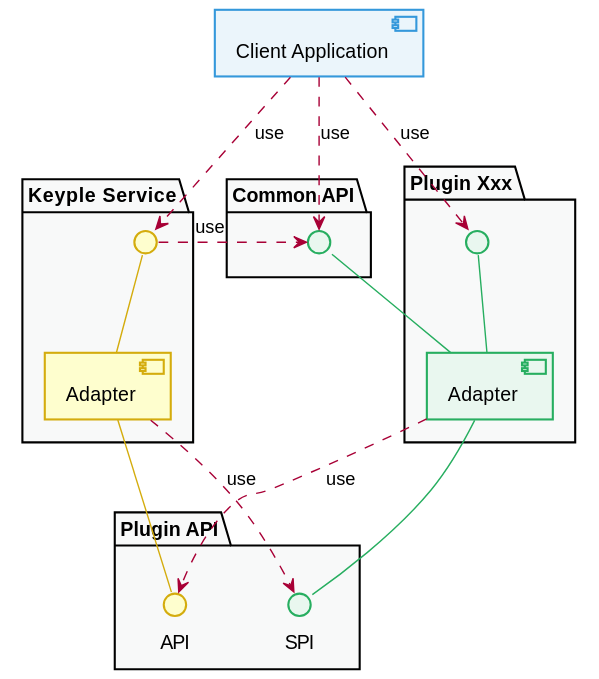
This is static/media/learn/developer-guide/component-dependencies/plugin_api.svg from eclipse-keyple/keyple-website, a PlantUML export, as it was before one commit.
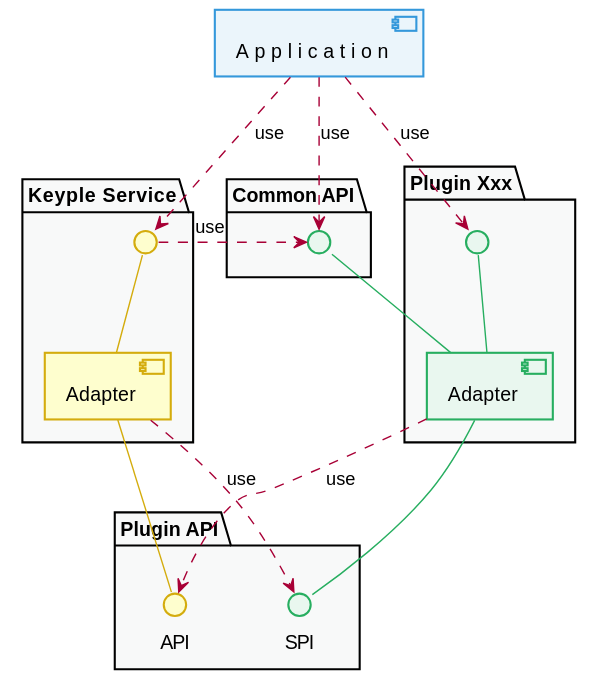
Above is the later version.

Diff of the diagram source:
```diff
@@ -51,7 +51,7 @@
 hide <<grey>> stereotype
 
 
-[Client Application] as application <<blue>>
+[Application] as application <<blue>>
 package "Plugin Xxx" as packPlugin {
     interface " " as specificPluginApi <<green>>
     [Adapter] as plugin <<green>>
```
